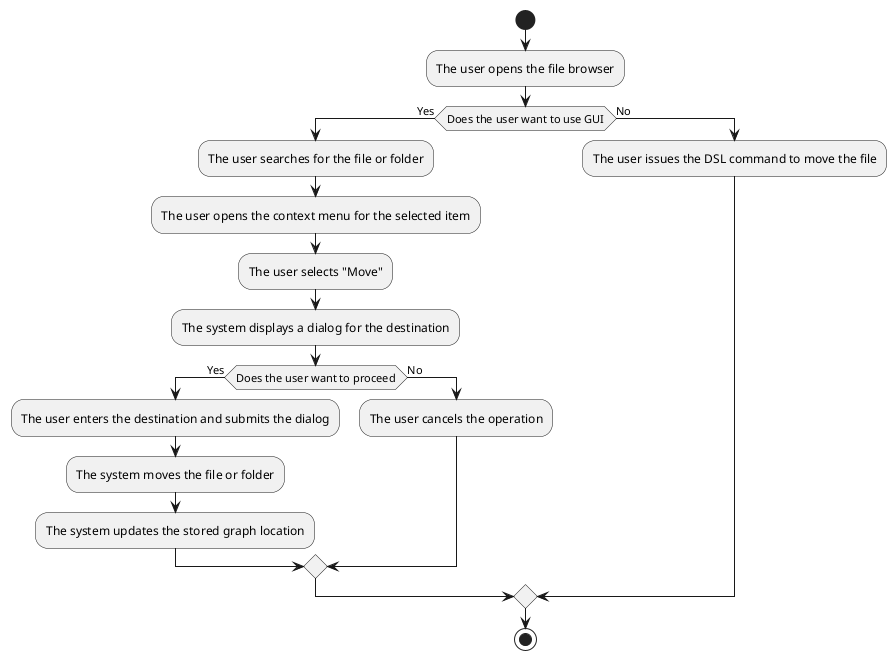
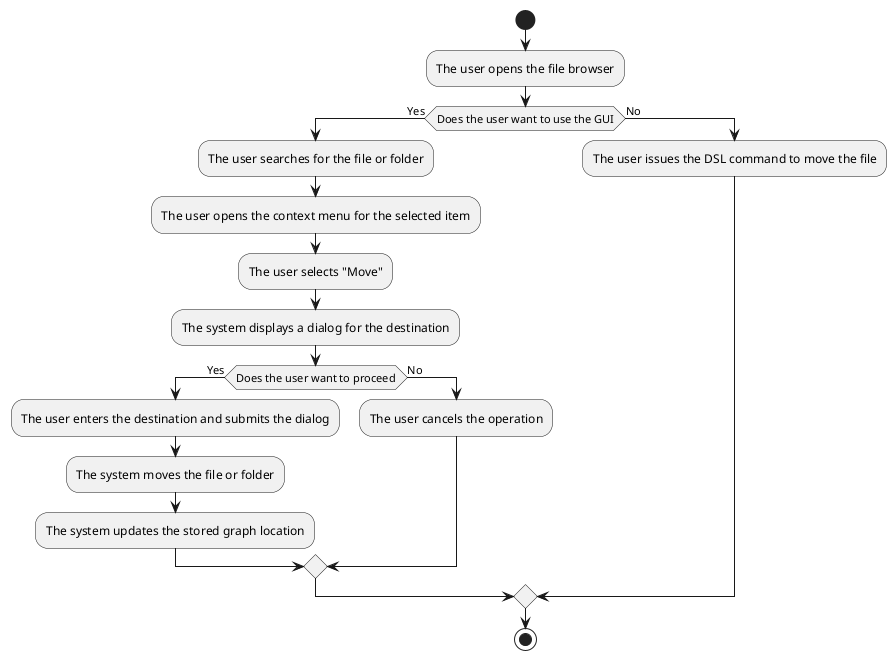
@startuml
start
:The user opens the file browser;
- if (Does the user want to use GUI) then (Yes)
+ if (Does the user want to use the GUI) then (Yes)
:The user searches for the file or folder;
:The user opens the context menu for the selected item;
:The user selects "Move";
:The system displays a dialog for the destination;
if (Does the user want to proceed) then (Yes)
:The user enters the destination and submits the dialog;
:The system moves the file or folder;
:The system updates the stored graph location;
else (No)
:The user cancels the operation;
endif
else (No)
:The user issues the DSL command to move the file;
endif
stop
@enduml
